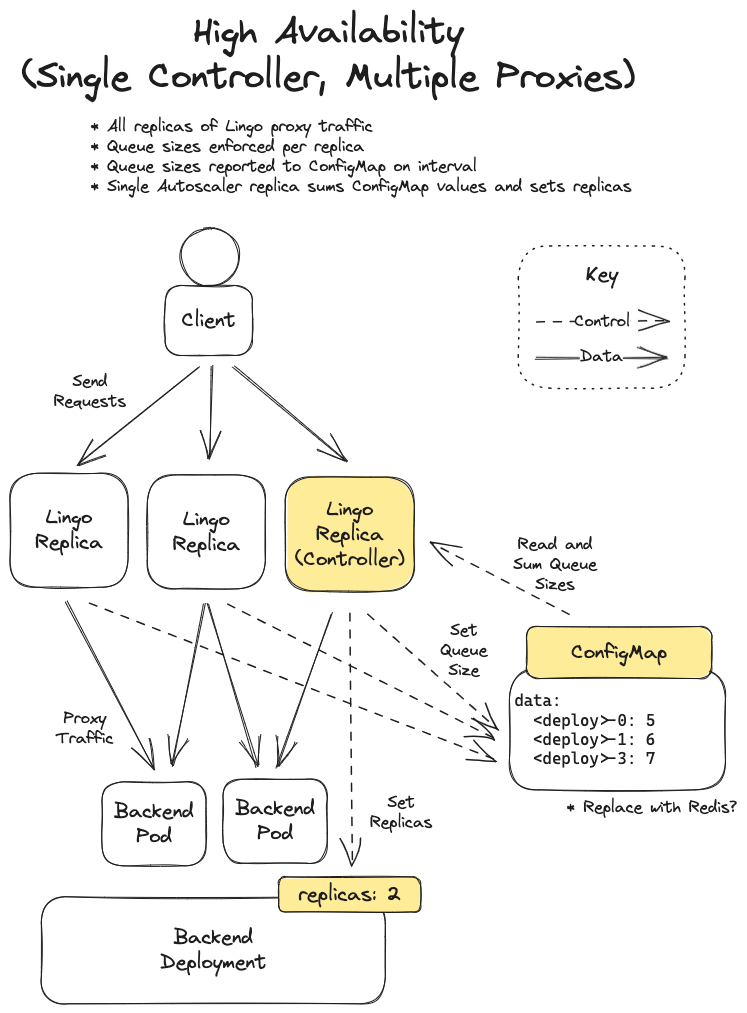
Above: docs/diagrams/ha.excalidraw.png in substratusai/kubeai (Excalidraw), before the change. Source tidied: one line per element, renumbered; positions are measured from the earlier drawing's top-left corner, leaving out a move shared by most shapes.
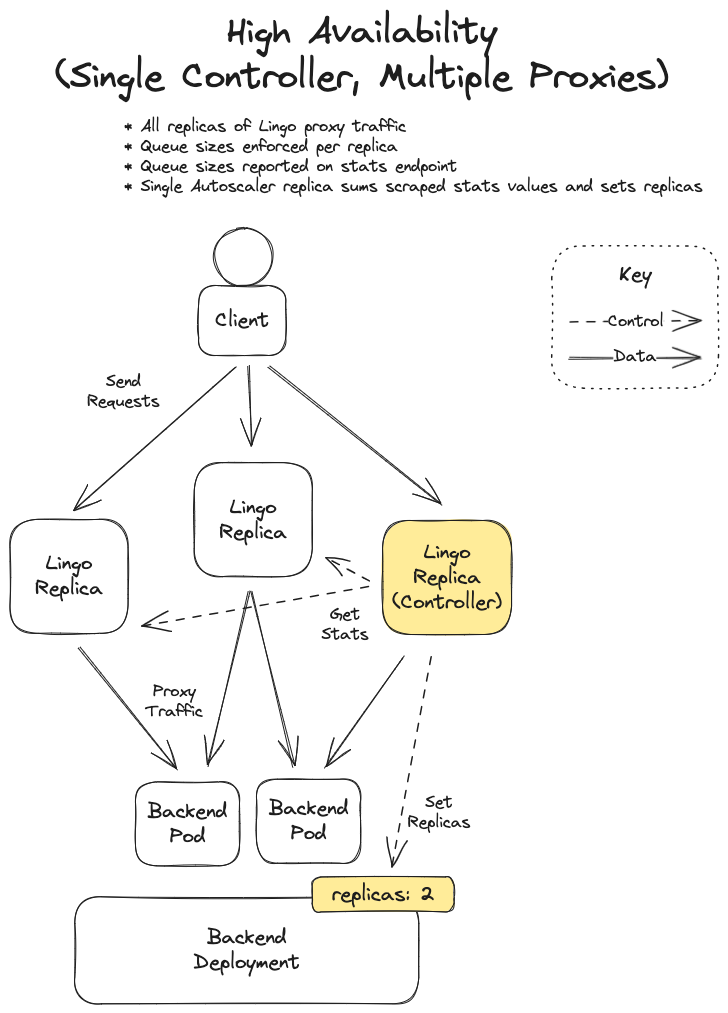
The same diagram one commit later.

Diff of the diagram source:
```diff
@@ -1,40 +1,30 @@
-{"id": 0, "type": "rectangle", "strokeColor": "#1e1e1e", "strokeWidth": 1, "roughness": 1, "round": true, "x": 0, "y": 463, "width": 118, "height": 114}
+{"id": 0, "type": "rectangle", "strokeColor": "#1e1e1e", "strokeWidth": 1, "roughness": 1, "round": true, "x": -33, "y": 509, "width": 118, "height": 114}
-{"id": 1, "type": "text", "text": "Lingo\nReplica", "strokeColor": "#1e1e1e", "strokeWidth": 1, "roughness": 1, "fontSize": 20, "fontFamily": 1, "textAlign": "center", "verticalAlign": "middle", "inside": 0, "x": 25, "y": 495, "width": 67, "height": 50}
+{"id": 1, "type": "text", "text": "Lingo\nReplica", "strokeColor": "#1e1e1e", "strokeWidth": 1, "roughness": 1, "fontSize": 20, "fontFamily": 1, "textAlign": "center", "verticalAlign": "middle", "inside": 0, "x": -8, "y": 541, "width": 67, "height": 50}
-{"id": 2, "type": "rectangle", "strokeColor": "#1e1e1e", "strokeWidth": 1, "roughness": 1, "round": true, "x": 137, "y": 465, "width": 118, "height": 114}
+{"id": 2, "type": "rectangle", "strokeColor": "#1e1e1e", "strokeWidth": 1, "roughness": 1, "round": true, "x": 151, "y": 453, "width": 118, "height": 114}
-{"id": 3, "type": "text", "text": "Lingo\nReplica", "strokeColor": "#1e1e1e", "strokeWidth": 1, "roughness": 1, "fontSize": 20, "fontFamily": 1, "textAlign": "center", "verticalAlign": "middle", "inside": 2, "x": 163, "y": 497, "width": 67, "height": 50}
+{"id": 3, "type": "text", "text": "Lingo\nReplica", "strokeColor": "#1e1e1e", "strokeWidth": 1, "roughness": 1, "fontSize": 20, "fontFamily": 1, "textAlign": "center", "verticalAlign": "middle", "inside": 2, "x": 176, "y": 485, "width": 67, "height": 50}
 {"id": 4, "type": "rectangle", "strokeColor": "#1e1e1e", "strokeWidth": 1, "roughness": 1, "round": true, "x": 31, "y": 887, "width": 344, "height": 107}
 {"id": 5, "type": "text", "text": "Backend\nDeployment", "strokeColor": "#1e1e1e", "strokeWidth": 1, "roughness": 1, "fontSize": 20, "fontFamily": 1, "textAlign": "center", "verticalAlign": "middle", "inside": 4, "x": 150, "y": 915, "width": 106, "height": 50}
-{"id": 6, "type": "rectangle", "strokeColor": "#1e1e1e", "backgroundColor": "#ffec99", "fillStyle": "solid", "strokeWidth": 1, "roughness": 1, "round": true, "x": 275, "y": 467, "width": 129, "height": 114}
+{"id": 6, "type": "rectangle", "strokeColor": "#1e1e1e", "backgroundColor": "#ffec99", "fillStyle": "solid", "strokeWidth": 1, "roughness": 1, "round": true, "x": 339, "y": 511, "width": 129, "height": 114}
-{"id": 7, "type": "text", "text": "Lingo\nReplica\n(Controller)", "strokeColor": "#1e1e1e", "strokeWidth": 1, "roughness": 1, "fontSize": 20, "fontFamily": 1, "textAlign": "center", "verticalAlign": "middle", "inside": 6, "x": 285, "y": 487, "width": 109, "height": 75}
+{"id": 7, "type": "text", "text": "Lingo\nReplica\n(Controller)", "strokeColor": "#1e1e1e", "strokeWidth": 1, "roughness": 1, "fontSize": 20, "fontFamily": 1, "textAlign": "center", "verticalAlign": "middle", "inside": 6, "x": 349, "y": 530, "width": 109, "height": 75}
 {"id": 8, "type": "rectangle", "strokeColor": "#1e1e1e", "backgroundColor": "#ffec99", "fillStyle": "solid", "strokeWidth": 1, "roughness": 1, "round": true, "x": 269, "y": 867, "width": 142, "height": 35}
 {"id": 9, "type": "text", "text": "replicas: 2", "strokeColor": "#1e1e1e", "strokeWidth": 1, "roughness": 1, "fontSize": 20, "fontFamily": 1, "textAlign": "center", "verticalAlign": "middle", "inside": 8, "x": 288, "y": 872, "width": 102, "height": 25}
-{"id": 10, "type": "rectangle", "strokeColor": "#1e1e1e", "backgroundColor": "#ffffff", "fillStyle": "solid", "strokeWidth": 1, "roughness": 1, "round": true, "x": 499, "y": 659, "width": 216, "height": 121}
-{"id": 11, "type": "text", "text": "data:\n  <deploy>-0: 5  \n  <deploy>-1: 6  \n  <deploy>-3: 7", "strokeColor": "#1e1e1e", "backgroundColor": "#ffec99", "fillStyle": "solid", "strokeWidth": 1, "roughness": 1, "fontSize": 16, "fontFamily": 3, "verticalAlign": "middle", "inside": 10, "x": 504, "y": 681, "width": 159, "height": 77}
-{"id": 12, "type": "rectangle", "strokeColor": "#1e1e1e", "backgroundColor": "#ffec99", "fillStyle": "solid", "strokeWidth": 1, "roughness": 1, "round": true, "x": 517, "y": 617, "width": 185, "height": 52}
-{"id": 13, "type": "text", "text": "ConfigMap", "strokeColor": "#1e1e1e", "backgroundColor": "#ffec99", "fillStyle": "solid", "strokeWidth": 1, "roughness": 1, "fontSize": 20, "fontFamily": 1, "textAlign": "center", "verticalAlign": "middle", "inside": 12, "x": 561, "y": 630, "width": 96, "height": 25}
-{"id": 14, "type": "arrow", "strokeColor": "#1e1e1e", "backgroundColor": "#ffffff", "fillStyle": "solid", "strokeWidth": 1, "strokeStyle": "dashed", "roughness": 1, "endArrowhead": "arrow", "round": true, "from": 0, "to": 10, "x": 80, "y": 593, "width": 406, "height": 158, "points": [[0, 0], [406, 158]]}
-{"id": 15, "type": "arrow", "strokeColor": "#1e1e1e", "backgroundColor": "#ffffff", "fillStyle": "solid", "strokeWidth": 1, "strokeStyle": "dashed", "roughness": 1, "endArrowhead": "arrow", "round": true, "from": 2, "to": 10, "x": 217, "y": 595, "width": 267, "height": 135, "points": [[0, 0], [267, 135]]}
-{"id": 16, "type": "arrow", "strokeColor": "#1e1e1e", "backgroundColor": "#ffffff", "fillStyle": "solid", "strokeWidth": 1, "strokeStyle": "dashed", "roughness": 1, "endArrowhead": "arrow", "round": true, "from": 6, "to": 10, "x": 358, "y": 604, "width": 131, "height": 117, "points": [[0, 0], [131, 117]]}
-{"id": 17, "type": "arrow", "strokeColor": "#1e1e1e", "backgroundColor": "#ffec99", "fillStyle": "solid", "strokeWidth": 1, "strokeStyle": "dashed", "roughness": 1, "endArrowhead": "arrow", "round": true, "from": 12, "to": 6, "x": 559, "y": 603, "width": 139, "height": 71, "points": [[0, 0], [-139, -71]]}
-{"id": 18, "type": "arrow", "strokeColor": "#1e1e1e", "backgroundColor": "#ffec99", "fillStyle": "solid", "strokeWidth": 1, "strokeStyle": "dashed", "roughness": 1, "endArrowhead": "arrow", "round": true, "from": 6, "to": 8, "x": 341, "y": 604, "width": 2, "height": 251, "points": [[0, 0], [2, 251]]}
+{"id": 18, "type": "arrow", "strokeColor": "#1e1e1e", "backgroundColor": "#ffec99", "fillStyle": "solid", "strokeWidth": 1, "strokeStyle": "dashed", "roughness": 1, "endArrowhead": "arrow", "round": true, "from": 6, "to": 8, "x": 389, "y": 648, "width": 40, "height": 208, "points": [[0, 0], [-40, 208]]}
 {"id": 19, "type": "rectangle", "strokeColor": "#1e1e1e", "strokeWidth": 1, "roughness": 1, "round": true, "x": 92, "y": 772, "width": 104, "height": 84}
 {"id": 20, "type": "text", "text": "Backend\nPod", "strokeColor": "#1e1e1e", "strokeWidth": 1, "roughness": 1, "fontSize": 20, "fontFamily": 1, "textAlign": "center", "verticalAlign": "middle", "inside": 19, "x": 104, "y": 789, "width": 79, "height": 50}
 {"id": 21, "type": "rectangle", "strokeColor": "#1e1e1e", "strokeWidth": 1, "roughness": 1, "round": true, "x": 213, "y": 769, "width": 104, "height": 84}
 {"id": 22, "type": "text", "text": "Backend\nPod", "strokeColor": "#1e1e1e", "strokeWidth": 1, "roughness": 1, "fontSize": 20, "fontFamily": 1, "textAlign": "center", "verticalAlign": "middle", "inside": 21, "x": 226, "y": 786, "width": 79, "height": 50}
-{"id": 23, "type": "arrow", "strokeColor": "#1e1e1e", "backgroundColor": "#ffec99", "fillStyle": "solid", "strokeWidth": 1, "roughness": 1, "endArrowhead": "arrow", "round": true, "from": 0, "to": 19, "x": 56, "y": 592, "width": 89, "height": 167, "points": [[0, 0], [89, 167]]}
+{"id": 23, "type": "arrow", "strokeColor": "#1e1e1e", "backgroundColor": "#ffec99", "fillStyle": "solid", "strokeWidth": 1, "roughness": 1, "endArrowhead": "arrow", "round": true, "from": 0, "to": 19, "x": 35, "y": 638, "width": 99, "height": 121, "points": [[0, 0], [99, 121]]}
-{"id": 24, "type": "arrow", "strokeColor": "#1e1e1e", "backgroundColor": "#ffec99", "fillStyle": "solid", "strokeWidth": 1, "roughness": 1, "endArrowhead": "arrow", "round": true, "from": 2, "to": 19, "x": 194, "y": 593, "width": 32, "height": 164, "points": [[0, 0], [-32, 164]]}
+{"id": 24, "type": "arrow", "strokeColor": "#1e1e1e", "backgroundColor": "#ffec99", "fillStyle": "solid", "strokeWidth": 1, "roughness": 1, "endArrowhead": "arrow", "round": true, "from": 2, "to": 19, "x": 205, "y": 580, "width": 41, "height": 176, "points": [[0, 0], [-41, 176]]}
-{"id": 25, "type": "arrow", "strokeColor": "#1e1e1e", "backgroundColor": "#ffec99", "fillStyle": "solid", "strokeWidth": 1, "roughness": 1, "endArrowhead": "arrow", "round": true, "from": 6, "to": 21, "x": 322, "y": 603, "width": 55, "height": 154, "points": [[0, 0], [-55, 154]]}
+{"id": 25, "type": "arrow", "strokeColor": "#1e1e1e", "backgroundColor": "#ffec99", "fillStyle": "solid", "strokeWidth": 1, "roughness": 1, "endArrowhead": "arrow", "round": true, "from": 6, "to": 21, "x": 361, "y": 647, "width": 79, "height": 111, "points": [[0, 0], [-79, 111]]}
-{"id": 26, "type": "arrow", "strokeColor": "#1e1e1e", "backgroundColor": "#ffec99", "fillStyle": "solid", "strokeWidth": 1, "roughness": 1, "endArrowhead": "arrow", "round": true, "from": 2, "to": 21, "x": 198, "y": 593, "width": 48, "height": 164, "points": [[0, 0], [48, 164]]}
+{"id": 26, "type": "arrow", "strokeColor": "#1e1e1e", "backgroundColor": "#ffec99", "fillStyle": "solid", "strokeWidth": 1, "roughness": 1, "endArrowhead": "arrow", "round": true, "from": 2, "to": 21, "x": 208, "y": 581, "width": 42, "height": 176, "points": [[0, 0], [42, 176]]}
 {"id": 27, "type": "ellipse", "strokeColor": "#1e1e1e", "strokeWidth": 1, "roughness": 1, "round": true, "x": 170, "y": 218, "width": 59, "height": 57}
 {"id": 28, "type": "rectangle", "strokeColor": "#1e1e1e", "strokeWidth": 1, "roughness": 1, "round": true, "x": 155, "y": 275, "width": 87, "height": 70}
 {"id": 29, "type": "text", "text": "Client", "strokeColor": "#1e1e1e", "strokeWidth": 1, "roughness": 1, "fontSize": 20, "fontFamily": 1, "textAlign": "center", "verticalAlign": "middle", "inside": 28, "x": 172, "y": 298, "width": 54, "height": 25}
-{"id": 30, "type": "arrow", "strokeColor": "#1e1e1e", "strokeWidth": 1, "roughness": 1, "endArrowhead": "arrow", "round": true, "from": 28, "to": 0, "x": 189, "y": 358, "width": 121, "height": 96, "points": [[0, 0], [-121, 96]]}
+{"id": 30, "type": "arrow", "strokeColor": "#1e1e1e", "strokeWidth": 1, "roughness": 1, "endArrowhead": "arrow", "round": true, "from": 28, "to": 0, "x": 192, "y": 358, "width": 162, "height": 142, "points": [[0, 0], [-162, 142]]}
-{"id": 31, "type": "arrow", "strokeColor": "#1e1e1e", "strokeWidth": 1, "roughness": 1, "endArrowhead": "arrow", "round": true, "from": 28, "to": 2, "x": 202, "y": 356, "width": 2, "height": 91, "points": [[0, 0], [-2, 91]]}
+{"id": 31, "type": "arrow", "strokeColor": "#1e1e1e", "strokeWidth": 1, "roughness": 1, "endArrowhead": "arrow", "round": true, "from": 28, "to": 2, "x": 205, "y": 356, "width": 3, "height": 79, "points": [[0, 0], [3, 79]]}
-{"id": 32, "type": "arrow", "strokeColor": "#1e1e1e", "strokeWidth": 1, "roughness": 1, "endArrowhead": "arrow", "round": true, "from": 28, "to": 6, "x": 223, "y": 357, "width": 114, "height": 94, "points": [[0, 0], [114, 94]]}
+{"id": 32, "type": "arrow", "strokeColor": "#1e1e1e", "strokeWidth": 1, "roughness": 1, "endArrowhead": "arrow", "round": true, "from": 28, "to": 6, "x": 225, "y": 357, "width": 174, "height": 137, "points": [[0, 0], [174, 137]]}
-{"id": 33, "type": "text", "text": "Read and\nSum Queue\nSizes", "strokeColor": "#1e1e1e", "strokeWidth": 1, "roughness": 1, "fontSize": 16, "fontFamily": 1, "textAlign": "center", "x": 503, "y": 525, "width": 84, "height": 60}
-{"id": 34, "type": "text", "text": "Set\nQueue\nSize", "strokeColor": "#1e1e1e", "strokeWidth": 1, "roughness": 1, "fontSize": 16, "fontFamily": 1, "textAlign": "center", "x": 430, "y": 611, "width": 47, "height": 60}
-{"id": 35, "type": "text", "text": "Set\nReplicas", "strokeColor": "#1e1e1e", "strokeWidth": 1, "roughness": 1, "fontSize": 16, "fontFamily": 1, "textAlign": "center", "x": 360, "y": 783, "width": 63, "height": 40}
+{"id": 35, "type": "text", "text": "Set\nReplicas", "strokeColor": "#1e1e1e", "strokeWidth": 1, "roughness": 1, "fontSize": 16, "fontFamily": 1, "textAlign": "center", "x": 364, "y": 783, "width": 63, "height": 40}
-{"id": 36, "type": "text", "text": "Proxy\nTraffic", "strokeColor": "#1e1e1e", "strokeWidth": 1, "roughness": 1, "fontSize": 16, "fontFamily": 1, "textAlign": "center", "x": 46, "y": 699, "width": 58, "height": 40}
+{"id": 36, "type": "text", "text": "Proxy\nTraffic", "strokeColor": "#1e1e1e", "strokeWidth": 1, "roughness": 1, "fontSize": 16, "fontFamily": 1, "textAlign": "center", "x": 102, "y": 672, "width": 58, "height": 40}
 {"id": 37, "type": "text", "text": "Send\nRequests", "strokeColor": "#1e1e1e", "strokeWidth": 1, "roughness": 1, "fontSize": 16, "fontFamily": 1, "textAlign": "center", "x": 44, "y": 362, "width": 73, "height": 40}
 {"id": 38, "type": "arrow", "strokeColor": "#1e1e1e", "strokeWidth": 1, "roughness": 1, "endArrowhead": "arrow", "round": true, "x": 525, "y": 347, "width": 133, "height": 0, "points": [[0, 0], [133, 0]]}
 {"id": 39, "type": "text", "text": "Data", "strokeColor": "#1e1e1e", "strokeWidth": 1, "roughness": 1, "fontSize": 16, "fontFamily": 1, "textAlign": "center", "verticalAlign": "middle", "inside": 38, "x": 590, "y": 336, "width": 43, "height": 20}
@@ -43,5 +33,7 @@
 {"id": 42, "type": "text", "text": "Key", "strokeColor": "#1e1e1e", "strokeWidth": 1, "strokeStyle": "dashed", "roughness": 1, "fontSize": 20, "fontFamily": 1, "textAlign": "center", "x": 576, "y": 252, "width": 33, "height": 25}
 {"id": 43, "type": "rectangle", "strokeColor": "#1e1e1e", "strokeWidth": 1, "strokeStyle": "dotted", "roughness": 1, "round": true, "x": 508, "y": 236, "width": 167, "height": 142}
 {"id": 44, "type": "text", "text": "High Availability\n(Single Controller, Multiple Proxies)", "strokeColor": "#1e1e1e", "strokeWidth": 1, "strokeStyle": "dotted", "roughness": 1, "fontSize": 36, "fontFamily": 1, "textAlign": "center", "x": 12, "y": 0, "width": 613, "height": 90}
-{"id": 45, "type": "text", "text": "* All replicas of Lingo proxy traffic\n* Queue sizes enforced per replica\n* Queue sizes reported to ConfigMap on interval\n* Single Autoscaler replica sums ConfigMap values and sets replicas", "strokeColor": "#1e1e1e", "strokeWidth": 1, "strokeStyle": "dotted", "roughness": 1, "fontSize": 16, "fontFamily": 1, "x": 81, "y": 107, "width": 541, "height": 80}
+{"id": 45, "type": "text", "text": "* All replicas of Lingo proxy traffic\n* Queue sizes enforced per replica\n* Queue sizes reported on stats endpoint\n* Single Autoscaler replica sums scraped stats values and sets replicas", "strokeColor": "#1e1e1e", "strokeWidth": 1, "strokeStyle": "dotted", "roughness": 1, "fontSize": 16, "fontFamily": 1, "x": 81, "y": 107, "width": 578, "height": 80}
-{"id": 46, "type": "text", "text": "* Replace with Redis?", "strokeColor": "#1e1e1e", "strokeWidth": 1, "strokeStyle": "dotted", "roughness": 1, "fontSize": 16, "fontFamily": 1, "x": 557, "y": 788, "width": 170, "height": 20}
+{"id": 47, "type": "arrow", "strokeColor": "#1e1e1e", "backgroundColor": "#ffec99", "fillStyle": "solid", "strokeWidth": 1, "strokeStyle": "dashed", "roughness": 1, "endArrowhead": "arrow", "round": true, "from": 6, "to": 2, "x": 325, "y": 570, "width": 42, "height": 22, "points": [[0, 0], [-42, -22]]}
+{"id": 48, "type": "arrow", "strokeColor": "#1e1e1e", "backgroundColor": "#ffec99", "fillStyle": "solid", "strokeWidth": 1, "strokeStyle": "dashed", "roughness": 1, "endArrowhead": "arrow", "round": true, "from": 6, "to": 0, "x": 326, "y": 577, "width": 227, "height": 39, "points": [[0, 0], [-227, 39]]}
+{"id": 49, "type": "text", "text": "Get\nStats", "strokeColor": "#1e1e1e", "strokeWidth": 1, "roughness": 1, "fontSize": 16, "fontFamily": 1, "textAlign": "center", "x": 278, "y": 595, "width": 47, "height": 40}
```
